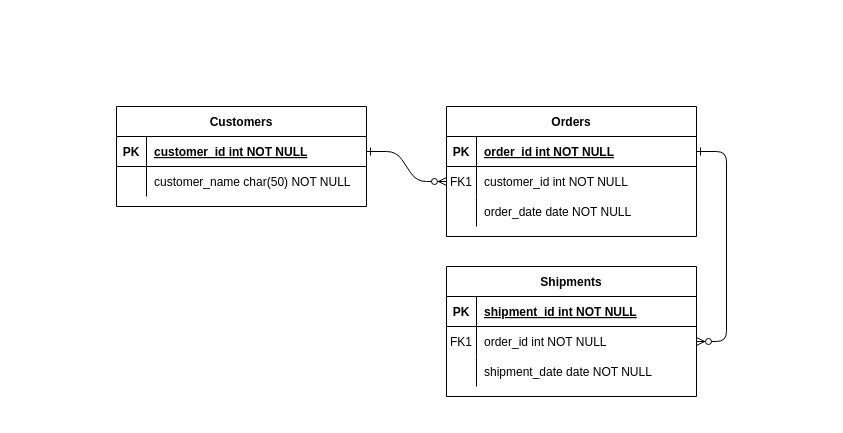
nithinshiriya/drawio keeps this draw.io diagram as Untitled Diagram.drawio. Above is the earlier version. Source tidied: cells renumbered, new cells numbered last; positions are measured from the earlier drawing's top-left corner, leaving out a move shared by most shapes. Both pictures are drawn from the tidied source at 100%, with x=0, y=0 at pixel (116, 106).
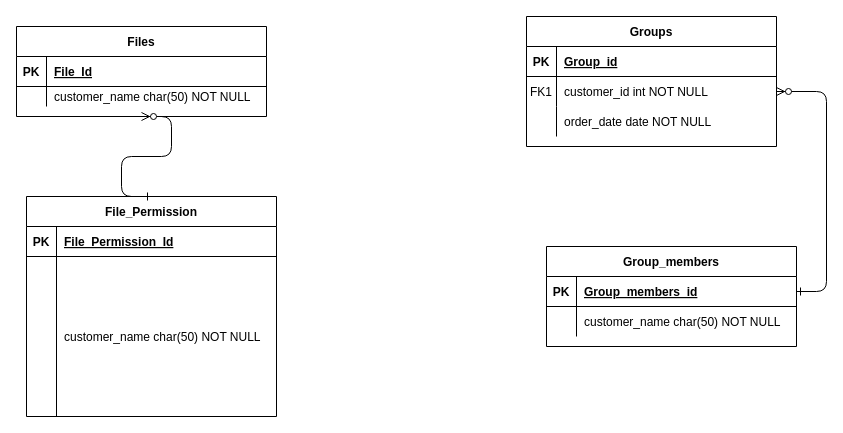
The same page after the edit.

Unchanged cells that the change refers to:
```xml
<mxCell id="5" style="shape=partialRectangle;fillColor=none;points=[[0,0.5],[1,0.5]];portConstraint=eastwest;top=0;left=0;right=0;bottom=1;" parent="4" vertex="1">
  <mxGeometry y="30" width="250" height="30" as="geometry" />
</mxCell>
<mxCell id="25" style="shape=partialRectangle;fillColor=none;points=[[0,0.5],[1,0.5]];portConstraint=eastwest;top=0;left=0;right=0;bottom=1;" parent="24" vertex="1">
  <mxGeometry y="30" width="250" height="30" as="geometry" />
</mxCell>
```

What changed in the source:
```diff
@@
-    <mxCell id="3" style="edgeStyle=entityRelationEdgeStyle;endArrow=ERzeroToMany;startArrow=ERone;endFill=1;startFill=0;" parent="1" edge="1" source="5" target="18">
-      <mxGeometry relative="1" as="geometry" />
-    </mxCell>
-    <mxCell id="4" value="Orders" style="shape=table;startSize=30;childLayout=tableLayout;rowLines=0;fontStyle=1;align=center;" parent="1" vertex="1">
-      <mxGeometry x="330" width="250" height="130" as="geometry" />
+    <mxCell id="4" value="Groups" style="shape=table;startSize=30;childLayout=tableLayout;rowLines=0;fontStyle=1;align=center;" parent="1" vertex="1">
+      <mxGeometry x="410" y="-90" width="250" height="130" as="geometry" />
     </mxCell>
@@
-    <mxCell id="7" value="order_id int NOT NULL " style="shape=partialRectangle;overflow=hidden;fillColor=none;top=0;left=0;bottom=0;right=0;align=left;spacingLeft=6;fontStyle=5;" parent="5" vertex="1">
+    <mxCell id="7" value="Group_id" style="shape=partialRectangle;overflow=hidden;fillColor=none;top=0;left=0;bottom=0;right=0;align=left;spacingLeft=6;fontStyle=5;" parent="5" vertex="1">
       <mxGeometry x="30" width="220" height="30" as="geometry" />
     </mxCell>
@@
-    <mxCell id="14" value="Shipments" style="shape=table;startSize=30;childLayout=tableLayout;rowLines=0;fontStyle=1;align=center;" parent="1" vertex="1">
-      <mxGeometry x="330" y="160" width="250" height="130" as="geometry" />
-    </mxCell>
-    <mxCell id="15" style="shape=partialRectangle;fillColor=none;top=0;left=0;right=0;bottom=1;" parent="14" vertex="1">
-      <mxGeometry y="30" width="250" height="30" as="geometry" />
-    </mxCell>
-    <mxCell id="16" value="PK" style="shape=partialRectangle;overflow=hidden;fillColor=none;top=0;left=0;bottom=0;right=0;fontStyle=1;" parent="15" vertex="1">
-      <mxGeometry width="30" height="30" as="geometry" />
-    </mxCell>
-    <mxCell id="17" value="shipment_id int NOT NULL " style="shape=partialRectangle;overflow=hidden;fillColor=none;top=0;left=0;bottom=0;right=0;align=left;spacingLeft=6;fontStyle=5;" parent="15" vertex="1">
-      <mxGeometry x="30" width="220" height="30" as="geometry" />
-    </mxCell>
-    <mxCell id="18" style="shape=partialRectangle;fillColor=none;points=[[0,0.5],[1,0.5]];portConstraint=eastwest;top=0;left=0;right=0;bottom=0;" parent="14" vertex="1">
-      <mxGeometry y="60" width="250" height="30" as="geometry" />
-    </mxCell>
-    <mxCell id="19" value="FK1" style="shape=partialRectangle;overflow=hidden;fillColor=none;top=0;left=0;bottom=0;right=0;" parent="18" vertex="1">
-      <mxGeometry width="30" height="30" as="geometry" />
-    </mxCell>
-    <mxCell id="20" value="order_id int NOT NULL" style="shape=partialRectangle;overflow=hidden;fillColor=none;top=0;left=0;bottom=0;right=0;align=left;spacingLeft=6;" parent="18" vertex="1">
-      <mxGeometry x="30" width="220" height="30" as="geometry" />
-    </mxCell>
-    <mxCell id="21" style="shape=partialRectangle;fillColor=none;top=0;left=0;right=0;bottom=0;" parent="14" vertex="1">
-      <mxGeometry y="90" width="250" height="30" as="geometry" />
-    </mxCell>
-    <mxCell id="22" style="shape=partialRectangle;overflow=hidden;fillColor=none;top=0;left=0;bottom=0;right=0;" parent="21" vertex="1">
-      <mxGeometry width="30" height="30" as="geometry" />
-    </mxCell>
-    <mxCell id="23" value="shipment_date date NOT NULL" style="shape=partialRectangle;overflow=hidden;fillColor=none;top=0;left=0;bottom=0;right=0;align=left;spacingLeft=6;" parent="21" vertex="1">
-      <mxGeometry x="30" width="220" height="30" as="geometry" />
-    </mxCell>
-    <mxCell id="24" value="Customers" style="shape=table;startSize=30;childLayout=tableLayout;rowLines=0;fontStyle=1;align=center;" parent="1" vertex="1">
-      <mxGeometry width="250" height="100" as="geometry" />
+    <mxCell id="24" value="Group_members" style="shape=table;startSize=30;childLayout=tableLayout;rowLines=0;fontStyle=1;align=center;" parent="1" vertex="1">
+      <mxGeometry x="430" y="140" width="250" height="100" as="geometry" />
     </mxCell>
@@
-    <mxCell id="27" value="customer_id int NOT NULL " style="shape=partialRectangle;overflow=hidden;fillColor=none;top=0;left=0;bottom=0;right=0;align=left;spacingLeft=6;fontStyle=5;" parent="25" vertex="1">
+    <mxCell id="27" value="Group_members_id" style="shape=partialRectangle;overflow=hidden;fillColor=none;top=0;left=0;bottom=0;right=0;align=left;spacingLeft=6;fontStyle=5;" parent="25" vertex="1">
       <mxGeometry x="30" width="220" height="30" as="geometry" />
     </mxCell>
@@
+    <mxCell id="31" value="Files" style="shape=table;startSize=30;childLayout=tableLayout;rowLines=0;fontStyle=1;align=center;" parent="1" vertex="1">
+      <mxGeometry x="-100" y="-80" width="250" height="90" as="geometry" />
+    </mxCell>
+    <mxCell id="32" style="shape=partialRectangle;fillColor=none;top=0;left=0;right=0;bottom=1;" parent="31" vertex="1">
+      <mxGeometry y="30" width="250" height="30" as="geometry" />
+    </mxCell>
+    <mxCell id="33" value="PK" style="shape=partialRectangle;overflow=hidden;fillColor=none;top=0;left=0;bottom=0;right=0;fontStyle=1;" parent="32" vertex="1">
+      <mxGeometry width="30" height="30" as="geometry" />
+    </mxCell>
+    <mxCell id="34" value="File_Id" style="shape=partialRectangle;overflow=hidden;fillColor=none;top=0;left=0;bottom=0;right=0;align=left;spacingLeft=6;fontStyle=5;" parent="32" vertex="1">
+      <mxGeometry x="30" width="220" height="30" as="geometry" />
+    </mxCell>
+    <mxCell id="35" style="shape=partialRectangle;fillColor=none;top=0;left=0;right=0;bottom=0;" parent="31" vertex="1">
+      <mxGeometry y="60" width="250" height="20" as="geometry" />
+    </mxCell>
+    <mxCell id="36" style="shape=partialRectangle;overflow=hidden;fillColor=none;top=0;left=0;bottom=0;right=0;" parent="35" vertex="1">
+      <mxGeometry width="30" height="20" as="geometry" />
+    </mxCell>
+    <mxCell id="37" value="customer_name char(50) NOT NULL" style="shape=partialRectangle;overflow=hidden;fillColor=none;top=0;left=0;bottom=0;right=0;align=left;spacingLeft=6;" parent="35" vertex="1">
+      <mxGeometry x="30" width="220" height="20" as="geometry" />
+    </mxCell>
+    <mxCell id="38" value="File_Permission" style="shape=table;startSize=30;childLayout=tableLayout;rowLines=0;fontStyle=1;align=center;" parent="1" vertex="1">
+      <mxGeometry x="-90" y="90" width="250" height="220" as="geometry" />
+    </mxCell>
+    <mxCell id="39" style="shape=partialRectangle;fillColor=none;top=0;left=0;right=0;bottom=1;" parent="38" vertex="1">
+      <mxGeometry y="30" width="250" height="30" as="geometry" />
+    </mxCell>
+    <mxCell id="40" value="PK" style="shape=partialRectangle;overflow=hidden;fillColor=none;top=0;left=0;bottom=0;right=0;fontStyle=1;" parent="39" vertex="1">
+      <mxGeometry width="30" height="30" as="geometry" />
+    </mxCell>
+    <mxCell id="41" value="File_Permission_Id" style="shape=partialRectangle;overflow=hidden;fillColor=none;top=0;left=0;bottom=0;right=0;align=left;spacingLeft=6;fontStyle=5;" parent="39" vertex="1">
+      <mxGeometry x="30" width="220" height="30" as="geometry" />
+    </mxCell>
+    <mxCell id="42" style="shape=partialRectangle;fillColor=none;top=0;left=0;right=0;bottom=0;" parent="38" vertex="1">
+      <mxGeometry y="60" width="250" height="160" as="geometry" />
+    </mxCell>
+    <mxCell id="43" style="shape=partialRectangle;overflow=hidden;fillColor=none;top=0;left=0;bottom=0;right=0;" parent="42" vertex="1">
+      <mxGeometry width="30" height="160" as="geometry" />
+    </mxCell>
+    <mxCell id="44" value="customer_name char(50) NOT NULL" style="shape=partialRectangle;overflow=hidden;fillColor=none;top=0;left=0;bottom=0;right=0;align=left;spacingLeft=6;" parent="42" vertex="1">
+      <mxGeometry x="30" width="220" height="160" as="geometry" />
+    </mxCell>
+    <mxCell id="45" style="edgeStyle=entityRelationEdgeStyle;endArrow=ERzeroToMany;startArrow=ERone;endFill=1;startFill=0;entryX=0.5;entryY=1;entryDx=0;entryDy=0;exitX=0.5;exitY=0;exitDx=0;exitDy=0;" parent="1" edge="1" source="38" target="31">
+      <mxGeometry relative="1" as="geometry">
+        <Array as="points">
+          <mxPoint x="40" y="100" />
+          <mxPoint x="50" y="60" />
+        </Array>
+      </mxGeometry>
+    </mxCell>
```
